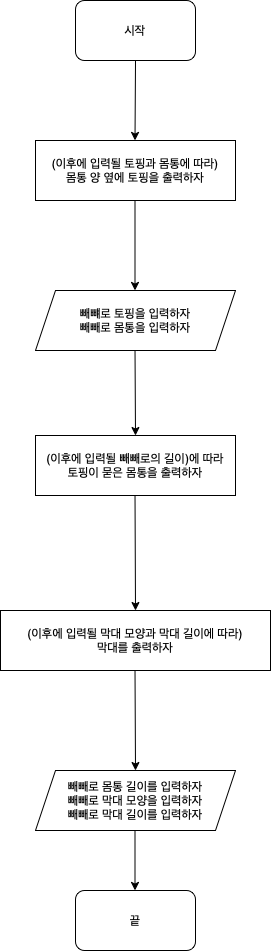
This is PrintPockyByOrder.png from yagom-academy/swift-starter-Round1, a draw.io export, as it was before one commit. Source tidied: cells renumbered, new cells last; positions are measured from the earlier drawing's top-left corner, leaving out a move shared by most shapes. Its diagram source:
```xml
<mxGraphModel>
  <root>
    <mxCell id="0" />
    <mxCell id="1" parent="0" />
    <mxCell id="2" value="시작" style="rounded=1;whiteSpace=wrap;html=1;" parent="1" vertex="1">
      <mxGeometry x="75" width="120" height="60" as="geometry" />
    </mxCell>
    <mxCell id="3" style="endArrow=classic;html=1;rounded=0;exitX=0.5;exitY=1;exitDx=0;exitDy=0;" parent="1" edge="1" source="2">
      <mxGeometry relative="1" as="geometry">
        <mxPoint x="134.5" y="140" as="targetPoint" />
      </mxGeometry>
    </mxCell>
    <mxCell id="4" value="끝" style="rounded=1;whiteSpace=wrap;html=1;" parent="1" vertex="1">
      <mxGeometry x="75" y="890" width="120" height="60" as="geometry" />
    </mxCell>
    <mxCell id="5" style="endArrow=classic;html=1;rounded=0;" parent="1" edge="1">
      <mxGeometry relative="1" as="geometry">
        <mxPoint x="134.5" y="830" as="sourcePoint" />
        <mxPoint x="134.5" y="890" as="targetPoint" />
      </mxGeometry>
    </mxCell>
    <mxCell id="6" value="빼빼로 몸통 길이를 입력하자&lt;br&gt;빼빼로 막대 모양을 입력하자&lt;br&gt;빼빼로 막대 길이를 입력하자" style="shape=parallelogram;perimeter=parallelogramPerimeter;whiteSpace=wrap;html=1;fixedSize=1;" parent="1" vertex="1">
      <mxGeometry x="35" y="770" width="200" height="60" as="geometry" />
    </mxCell>
    <mxCell id="7" value="(이후에 입력될 토핑과 몸통에 따라)&lt;br&gt;몸통 양 옆에 토핑을 출력하자" style="rounded=0;whiteSpace=wrap;html=1;" parent="1" vertex="1">
      <mxGeometry x="35" y="140" width="200" height="60" as="geometry" />
    </mxCell>
    <mxCell id="8" style="endArrow=classic;html=1;rounded=0;" parent="1" edge="1">
      <mxGeometry relative="1" as="geometry">
        <mxPoint x="134.5" y="200" as="sourcePoint" />
        <mxPoint x="134.5" y="290" as="targetPoint" />
      </mxGeometry>
    </mxCell>
    <mxCell id="9" value="(이후에 입력될 빼빼로의 길이)에 따라 &lt;br&gt;토핑이 묻은 몸통을 출력하자" style="rounded=0;whiteSpace=wrap;html=1;" parent="1" vertex="1">
      <mxGeometry x="35" y="435" width="200" height="60" as="geometry" />
    </mxCell>
    <mxCell id="10" value="빼뺴로 토핑을 입력하자&lt;br&gt;빼빼로 몸통을 입력하자" style="shape=parallelogram;perimeter=parallelogramPerimeter;whiteSpace=wrap;html=1;fixedSize=1;" parent="1" vertex="1">
      <mxGeometry x="35" y="290" width="200" height="60" as="geometry" />
    </mxCell>
    <mxCell id="11" style="endArrow=classic;html=1;rounded=0;entryX=0.5;entryY=0;entryDx=0;entryDy=0;" parent="1" edge="1" target="9">
      <mxGeometry relative="1" as="geometry">
        <mxPoint x="134.5" y="350" as="sourcePoint" />
        <Array as="points">
          <mxPoint x="134.5" y="350" />
        </Array>
      </mxGeometry>
    </mxCell>
    <mxCell id="12" value="(이후에 입력될 막대 모양과 막대 길이에 따라)&lt;br&gt;막대를 출력하자" style="rounded=0;whiteSpace=wrap;html=1;" parent="1" vertex="1">
      <mxGeometry y="610" width="270" height="60" as="geometry" />
    </mxCell>
    <mxCell id="13" style="endArrow=classic;html=1;rounded=0;entryX=0.5;entryY=0;entryDx=0;entryDy=0;" parent="1" edge="1" target="12">
      <mxGeometry relative="1" as="geometry">
        <mxPoint x="134.5" y="495" as="sourcePoint" />
      </mxGeometry>
    </mxCell>
    <mxCell id="14" style="endArrow=classic;html=1;rounded=0;entryX=0.5;entryY=0;entryDx=0;entryDy=0;" parent="1" edge="1" target="6">
      <mxGeometry relative="1" as="geometry">
        <mxPoint x="134.5" y="670" as="sourcePoint" />
      </mxGeometry>
    </mxCell>
  </root>
</mxGraphModel>
```
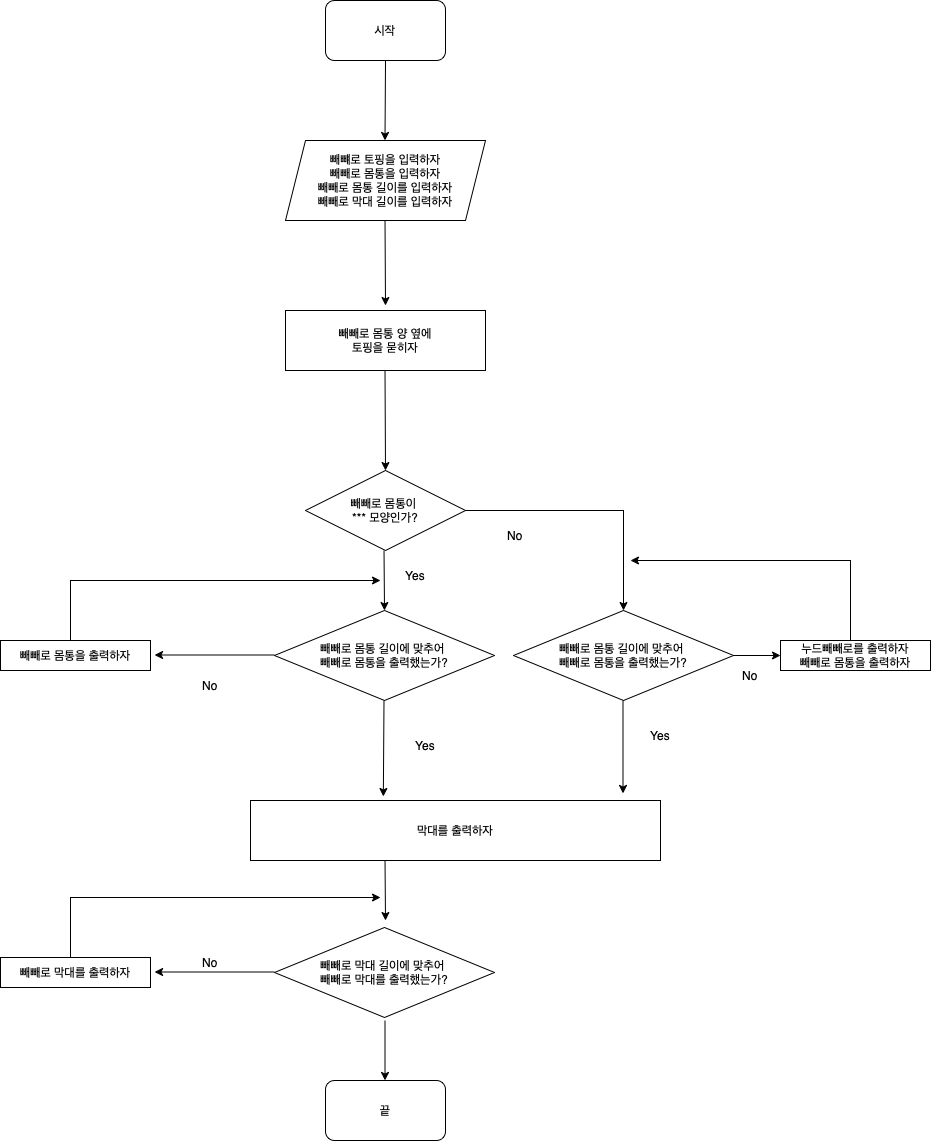
After the commit.

Commit message:
구체성을 강화한 순서도 수정

What changed in the source:
```diff
@@ -3,60 +3,163 @@
     <mxCell id="0" />
     <mxCell id="1" parent="0" />
     <mxCell id="2" value="시작" style="rounded=1;whiteSpace=wrap;html=1;" parent="1" vertex="1">
-      <mxGeometry x="75" width="120" height="60" as="geometry" />
+      <mxGeometry x="80" y="-80" width="120" height="60" as="geometry" />
     </mxCell>
     <mxCell id="3" style="endArrow=classic;html=1;rounded=0;exitX=0.5;exitY=1;exitDx=0;exitDy=0;" parent="1" edge="1" source="2">
       <mxGeometry relative="1" as="geometry">
-        <mxPoint x="134.5" y="140" as="targetPoint" />
+        <mxPoint x="139.5" y="60" as="targetPoint" />
       </mxGeometry>
     </mxCell>
     <mxCell id="4" value="끝" style="rounded=1;whiteSpace=wrap;html=1;" parent="1" vertex="1">
-      <mxGeometry x="75" y="890" width="120" height="60" as="geometry" />
+      <mxGeometry x="80" y="1000" width="120" height="60" as="geometry" />
     </mxCell>
     <mxCell id="5" style="endArrow=classic;html=1;rounded=0;" parent="1" edge="1">
       <mxGeometry relative="1" as="geometry">
-        <mxPoint x="134.5" y="830" as="sourcePoint" />
-        <mxPoint x="134.5" y="890" as="targetPoint" />
+        <mxPoint x="139.5" y="940" as="sourcePoint" />
+        <mxPoint x="139.5" y="1000" as="targetPoint" />
       </mxGeometry>
     </mxCell>
-    <mxCell id="6" value="빼빼로 몸통 길이를 입력하자&lt;br&gt;빼빼로 막대 모양을 입력하자&lt;br&gt;빼빼로 막대 길이를 입력하자" style="shape=parallelogram;perimeter=parallelogramPerimeter;whiteSpace=wrap;html=1;fixedSize=1;" parent="1" vertex="1">
-      <mxGeometry x="35" y="770" width="200" height="60" as="geometry" />
-    </mxCell>
-    <mxCell id="7" value="(이후에 입력될 토핑과 몸통에 따라)&lt;br&gt;몸통 양 옆에 토핑을 출력하자" style="rounded=0;whiteSpace=wrap;html=1;" parent="1" vertex="1">
-      <mxGeometry x="35" y="140" width="200" height="60" as="geometry" />
-    </mxCell>
-    <mxCell id="8" style="endArrow=classic;html=1;rounded=0;" parent="1" edge="1">
-      <mxGeometry relative="1" as="geometry">
-        <mxPoint x="134.5" y="200" as="sourcePoint" />
-        <mxPoint x="134.5" y="290" as="targetPoint" />
-      </mxGeometry>
-    </mxCell>
-    <mxCell id="9" value="(이후에 입력될 빼빼로의 길이)에 따라 &lt;br&gt;토핑이 묻은 몸통을 출력하자" style="rounded=0;whiteSpace=wrap;html=1;" parent="1" vertex="1">
-      <mxGeometry x="35" y="435" width="200" height="60" as="geometry" />
+    <mxCell id="9" value="빼빼로 몸통 양 옆에 &lt;br&gt;토핑을 묻히자" style="rounded=0;whiteSpace=wrap;html=1;" parent="1" vertex="1">
+      <mxGeometry x="40" y="230" width="200" height="60" as="geometry" />
     </mxCell>
-    <mxCell id="10" value="빼뺴로 토핑을 입력하자&lt;br&gt;빼빼로 몸통을 입력하자" style="shape=parallelogram;perimeter=parallelogramPerimeter;whiteSpace=wrap;html=1;fixedSize=1;" parent="1" vertex="1">
-      <mxGeometry x="35" y="290" width="200" height="60" as="geometry" />
+    <mxCell id="10" value="빼뺴로 토핑을 입력하자&lt;br&gt;빼빼로 몸통을 입력하자&lt;br&gt;빼빼로 몸통 길이를 입력하자&lt;br&gt;빼빼로 막대 길이를 입력하자" style="shape=parallelogram;perimeter=parallelogramPerimeter;whiteSpace=wrap;html=1;fixedSize=1;" parent="1" vertex="1">
+      <mxGeometry x="40" y="60" width="200" height="80" as="geometry" />
     </mxCell>
-    <mxCell id="11" style="endArrow=classic;html=1;rounded=0;entryX=0.5;entryY=0;entryDx=0;entryDy=0;" parent="1" edge="1" target="9">
+    <mxCell id="11" style="endArrow=classic;html=1;rounded=0;entryX=0.5;entryY=0;entryDx=0;entryDy=0;" parent="1" edge="1">
       <mxGeometry relative="1" as="geometry">
-        <mxPoint x="134.5" y="350" as="sourcePoint" />
+        <mxPoint x="139.5" y="140" as="sourcePoint" />
+        <mxPoint x="140" y="225" as="targetPoint" />
         <Array as="points">
-          <mxPoint x="134.5" y="350" />
+          <mxPoint x="139.5" y="140" />
         </Array>
       </mxGeometry>
     </mxCell>
-    <mxCell id="12" value="(이후에 입력될 막대 모양과 막대 길이에 따라)&lt;br&gt;막대를 출력하자" style="rounded=0;whiteSpace=wrap;html=1;" parent="1" vertex="1">
-      <mxGeometry y="610" width="270" height="60" as="geometry" />
+    <mxCell id="12" value="막대를 출력하자" style="rounded=0;whiteSpace=wrap;html=1;" parent="1" vertex="1">
+      <mxGeometry x="5" y="720" width="410" height="60" as="geometry" />
     </mxCell>
-    <mxCell id="13" style="endArrow=classic;html=1;rounded=0;entryX=0.5;entryY=0;entryDx=0;entryDy=0;" parent="1" edge="1" target="12">
-      <mxGeometry relative="1" as="geometry">
-        <mxPoint x="134.5" y="495" as="sourcePoint" />
-      </mxGeometry>
-    </mxCell>
-    <mxCell id="14" style="endArrow=classic;html=1;rounded=0;entryX=0.5;entryY=0;entryDx=0;entryDy=0;" parent="1" edge="1" target="6">
+    <mxCell id="14" style="endArrow=classic;html=1;rounded=0;" parent="1" edge="1">
       <mxGeometry relative="1" as="geometry">
-        <mxPoint x="134.5" y="670" as="sourcePoint" />
+        <mxPoint x="139.5" y="780" as="sourcePoint" />
+        <mxPoint x="140" y="840" as="targetPoint" />
       </mxGeometry>
     </mxCell>
+    <mxCell id="15" value="빼빼로 몸통이&amp;nbsp;&lt;br&gt;*** 모양인가?" style="rhombus;whiteSpace=wrap;html=1;" parent="1" vertex="1">
+      <mxGeometry x="60" y="390" width="160" height="80" as="geometry" />
+    </mxCell>
+    <mxCell id="16" style="endArrow=classic;html=1;rounded=0;" parent="1" edge="1">
+      <mxGeometry relative="1" as="geometry">
+        <mxPoint x="139.5" y="290" as="sourcePoint" />
+        <mxPoint x="140" y="390" as="targetPoint" />
+      </mxGeometry>
+    </mxCell>
+    <mxCell id="17" value="Yes" style="text;html=1;strokeColor=none;fillColor=none;align=center;verticalAlign=middle;whiteSpace=wrap;rounded=0;" parent="1" vertex="1">
+      <mxGeometry x="140" y="480" width="60" height="30" as="geometry" />
+    </mxCell>
+    <mxCell id="18" style="endArrow=classic;html=1;rounded=0;" parent="1" edge="1">
+      <mxGeometry relative="1" as="geometry">
+        <mxPoint x="138.5" y="470" as="sourcePoint" />
+        <mxPoint x="139" y="530" as="targetPoint" />
+      </mxGeometry>
+    </mxCell>
+    <mxCell id="19" value="빼빼로 몸통을 출력하자" style="rounded=0;whiteSpace=wrap;html=1;" parent="1" vertex="1">
+      <mxGeometry x="-245" y="560" width="150" height="30" as="geometry" />
+    </mxCell>
+    <mxCell id="20" value="빼빼로 몸통 길이에 맞추어 &lt;br&gt;빼빼로 몸통을 출력했는가?" style="rhombus;whiteSpace=wrap;html=1;" parent="1" vertex="1">
+      <mxGeometry x="29" y="530" width="220" height="90" as="geometry" />
+    </mxCell>
+    <mxCell id="21" style="endArrow=classic;html=1;rounded=0;" parent="1" edge="1">
+      <mxGeometry relative="1" as="geometry">
+        <mxPoint x="29" y="574.5" as="sourcePoint" />
+        <mxPoint x="-91" y="574.5" as="targetPoint" />
+      </mxGeometry>
+    </mxCell>
+    <mxCell id="22" value="No" style="text;html=1;strokeColor=none;fillColor=none;align=center;verticalAlign=middle;whiteSpace=wrap;rounded=0;" parent="1" vertex="1">
+      <mxGeometry x="-65" y="590" width="60" height="30" as="geometry" />
+    </mxCell>
+    <mxCell id="23" style="endArrow=classic;html=1;rounded=0;" parent="1" edge="1">
+      <mxGeometry relative="1" as="geometry">
+        <mxPoint x="-175" y="560" as="sourcePoint" />
+        <mxPoint x="135" y="500" as="targetPoint" />
+        <Array as="points">
+          <mxPoint x="-175" y="500" />
+        </Array>
+      </mxGeometry>
+    </mxCell>
+    <mxCell id="24" style="endArrow=classic;html=1;rounded=0;entryX=0.324;entryY=-0.067;entryDx=0;entryDy=0;entryPerimeter=0;" parent="1" edge="1" target="12">
+      <mxGeometry relative="1" as="geometry">
+        <mxPoint x="138.5" y="620" as="sourcePoint" />
+      </mxGeometry>
+    </mxCell>
+    <mxCell id="25" value="Yes" style="text;html=1;strokeColor=none;fillColor=none;align=center;verticalAlign=middle;whiteSpace=wrap;rounded=0;" parent="1" vertex="1">
+      <mxGeometry x="150" y="650" width="60" height="30" as="geometry" />
+    </mxCell>
+    <mxCell id="26" value="빼빼로 몸통 길이에 맞추어 &lt;br&gt;빼빼로 몸통을 출력했는가?" style="rhombus;whiteSpace=wrap;html=1;" parent="1" vertex="1">
+      <mxGeometry x="268" y="530" width="220" height="90" as="geometry" />
+    </mxCell>
+    <mxCell id="27" style="endArrow=classic;html=1;rounded=0;" parent="1" edge="1">
+      <mxGeometry relative="1" as="geometry">
+        <mxPoint x="377.5" y="620" as="sourcePoint" />
+        <mxPoint x="377.5" y="713" as="targetPoint" />
+      </mxGeometry>
+    </mxCell>
+    <mxCell id="28" style="endArrow=classic;html=1;rounded=0;" parent="1" edge="1">
+      <mxGeometry relative="1" as="geometry">
+        <mxPoint x="488" y="575" as="sourcePoint" />
+        <mxPoint x="535" y="575" as="targetPoint" />
+      </mxGeometry>
+    </mxCell>
+    <mxCell id="29" value="Yes" style="text;html=1;strokeColor=none;fillColor=none;align=center;verticalAlign=middle;whiteSpace=wrap;rounded=0;" parent="1" vertex="1">
+      <mxGeometry x="385" y="640" width="60" height="30" as="geometry" />
+    </mxCell>
+    <mxCell id="30" value="누드빼빼로를 출력하자&lt;br&gt;빼빼로 몸통을 출력하자" style="rounded=0;whiteSpace=wrap;html=1;" parent="1" vertex="1">
+      <mxGeometry x="535" y="560" width="150" height="30" as="geometry" />
+    </mxCell>
+    <mxCell id="31" style="endArrow=classic;html=1;rounded=0;entryX=0.5;entryY=0;entryDx=0;entryDy=0;" parent="1" edge="1" target="26">
+      <mxGeometry relative="1" as="geometry">
+        <mxPoint x="220" y="430" as="sourcePoint" />
+        <Array as="points">
+          <mxPoint x="378" y="430" />
+        </Array>
+      </mxGeometry>
+    </mxCell>
+    <mxCell id="32" style="endArrow=classic;html=1;rounded=0;" parent="1" edge="1">
+      <mxGeometry relative="1" as="geometry">
+        <mxPoint x="605" y="560" as="sourcePoint" />
+        <mxPoint x="385" y="480" as="targetPoint" />
+        <Array as="points">
+          <mxPoint x="605" y="480" />
+        </Array>
+      </mxGeometry>
+    </mxCell>
+    <mxCell id="33" value="No" style="text;html=1;strokeColor=none;fillColor=none;align=center;verticalAlign=middle;whiteSpace=wrap;rounded=0;" parent="1" vertex="1">
+      <mxGeometry x="475" y="580" width="60" height="30" as="geometry" />
+    </mxCell>
+    <mxCell id="34" value="No" style="text;html=1;strokeColor=none;fillColor=none;align=center;verticalAlign=middle;whiteSpace=wrap;rounded=0;" parent="1" vertex="1">
+      <mxGeometry x="240" y="440" width="60" height="30" as="geometry" />
+    </mxCell>
+    <mxCell id="35" value="빼빼로 막대를 출력하자" style="rounded=0;whiteSpace=wrap;html=1;" parent="1" vertex="1">
+      <mxGeometry x="-245" y="877" width="150" height="30" as="geometry" />
+    </mxCell>
+    <mxCell id="36" value="빼빼로 막대 길이에 맞추어 &lt;br&gt;빼빼로 막대를 출력했는가?" style="rhombus;whiteSpace=wrap;html=1;" parent="1" vertex="1">
+      <mxGeometry x="29" y="847" width="220" height="90" as="geometry" />
+    </mxCell>
+    <mxCell id="37" style="endArrow=classic;html=1;rounded=0;" parent="1" edge="1">
+      <mxGeometry relative="1" as="geometry">
+        <mxPoint x="29" y="891.5" as="sourcePoint" />
+        <mxPoint x="-91" y="891.5" as="targetPoint" />
+      </mxGeometry>
+    </mxCell>
+    <mxCell id="38" value="No" style="text;html=1;strokeColor=none;fillColor=none;align=center;verticalAlign=middle;whiteSpace=wrap;rounded=0;" parent="1" vertex="1">
+      <mxGeometry x="-65" y="867" width="60" height="30" as="geometry" />
+    </mxCell>
+    <mxCell id="39" style="endArrow=classic;html=1;rounded=0;" parent="1" edge="1">
+      <mxGeometry relative="1" as="geometry">
+        <mxPoint x="-175" y="877" as="sourcePoint" />
+        <mxPoint x="135" y="817" as="targetPoint" />
+        <Array as="points">
+          <mxPoint x="-175" y="817" />
+        </Array>
+      </mxGeometry>
+    </mxCell>
   </root>
 </mxGraphModel>
```
